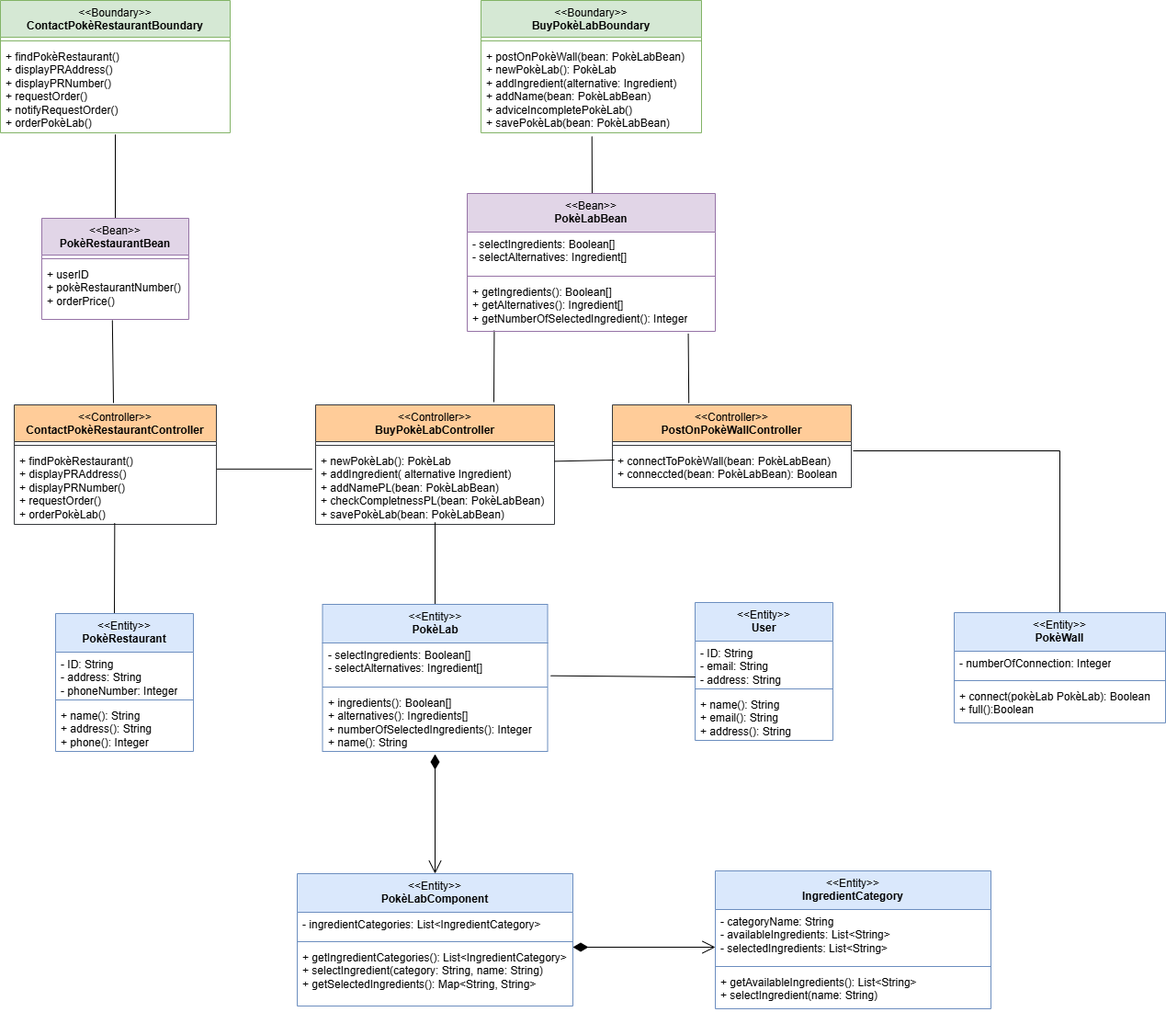
This is diagrams/BCE.drawio.png from matteopinfildi/ISPW-Project, a draw.io export, as it was before one commit. Source tidied: cells renumbered, new cells last; positions are measured from the earlier drawing's top-left corner, leaving out a move shared by most shapes.
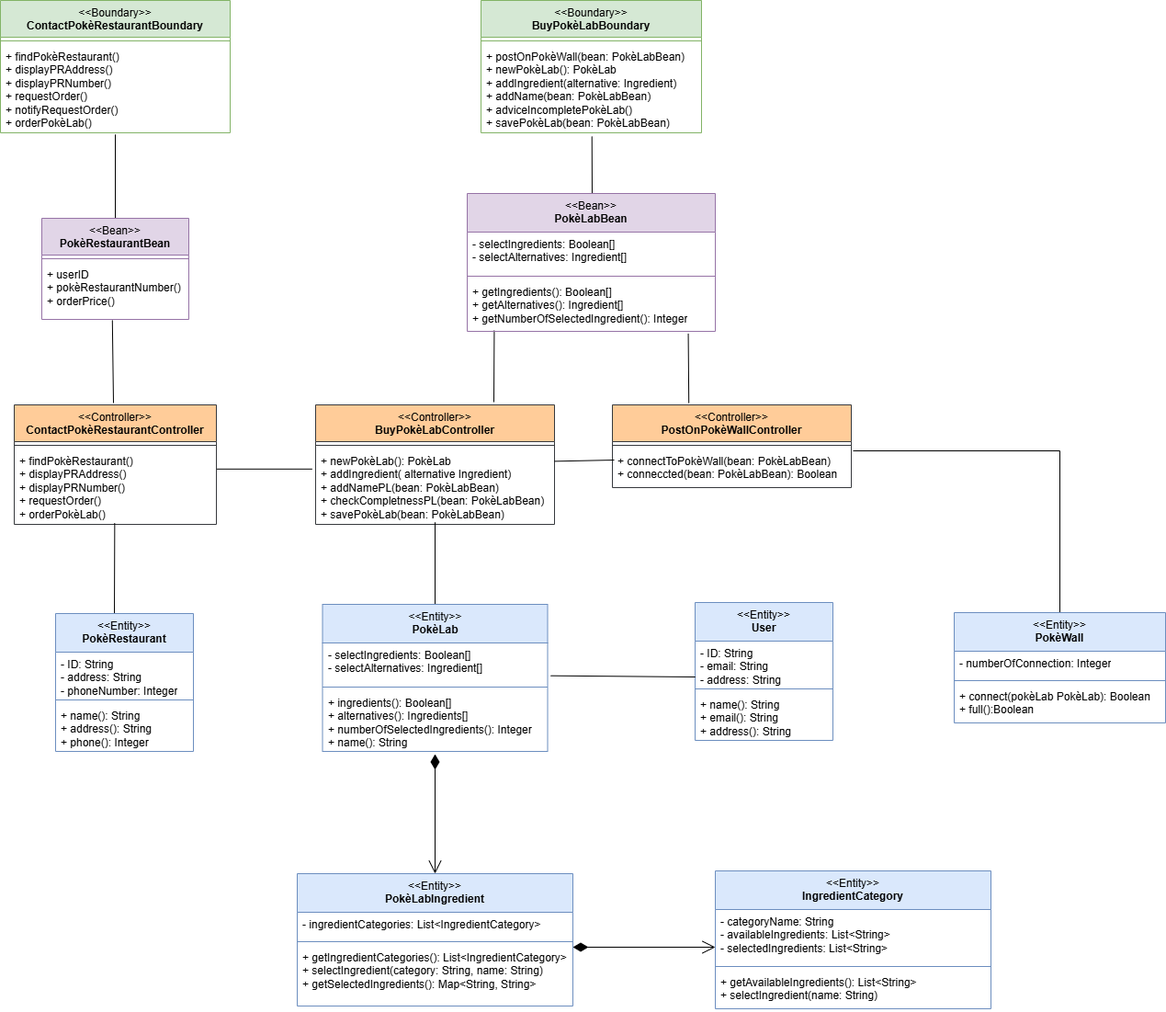
After the change.

The edit, as a diff of the source:
```diff
@@ -172,7 +172,7 @@
     <mxCell id="51" value="+ name(): String&lt;div&gt;+ address(): String&lt;/div&gt;&lt;div&gt;+ phone(&lt;span style=&quot;background-color: initial;&quot;&gt;): Integer&lt;/span&gt;&lt;/div&gt;" style="text;strokeColor=none;fillColor=none;align=left;verticalAlign=top;spacingLeft=4;spacingRight=4;overflow=hidden;whiteSpace=wrap;html=1;" parent="48" vertex="1">
       <mxGeometry y="98" width="150" height="52" as="geometry" />
     </mxCell>
-    <mxCell id="52" value="&lt;div&gt;&lt;span style=&quot;font-weight: 400;&quot;&gt;&amp;lt;&amp;lt;Entity&amp;gt;&amp;gt;&lt;/span&gt;&lt;br&gt;&lt;/div&gt;PokèLabComponent" style="swimlane;fontStyle=1;align=center;verticalAlign=top;horizontal=1;startSize=42;whiteSpace=wrap;html=1;fillColor=#dae8fc;strokeColor=#6c8ebf;" parent="1" vertex="1">
+    <mxCell id="52" value="&lt;div&gt;&lt;span style=&quot;font-weight: 400;&quot;&gt;&amp;lt;&amp;lt;Entity&amp;gt;&amp;gt;&lt;/span&gt;&lt;br&gt;&lt;/div&gt;PokèLabIngredient" style="swimlane;fontStyle=1;align=center;verticalAlign=top;horizontal=1;startSize=42;whiteSpace=wrap;html=1;fillColor=#dae8fc;strokeColor=#6c8ebf;" parent="1" vertex="1">
       <mxGeometry x="323" y="950" width="300" height="144" as="geometry" />
     </mxCell>
     <mxCell id="53" value="- ingredientCategories: List&amp;lt;IngredientCategory&amp;gt;" style="text;strokeColor=none;fillColor=none;align=left;verticalAlign=top;spacingLeft=4;spacingRight=4;overflow=hidden;whiteSpace=wrap;html=1;" parent="52" vertex="1">
```
